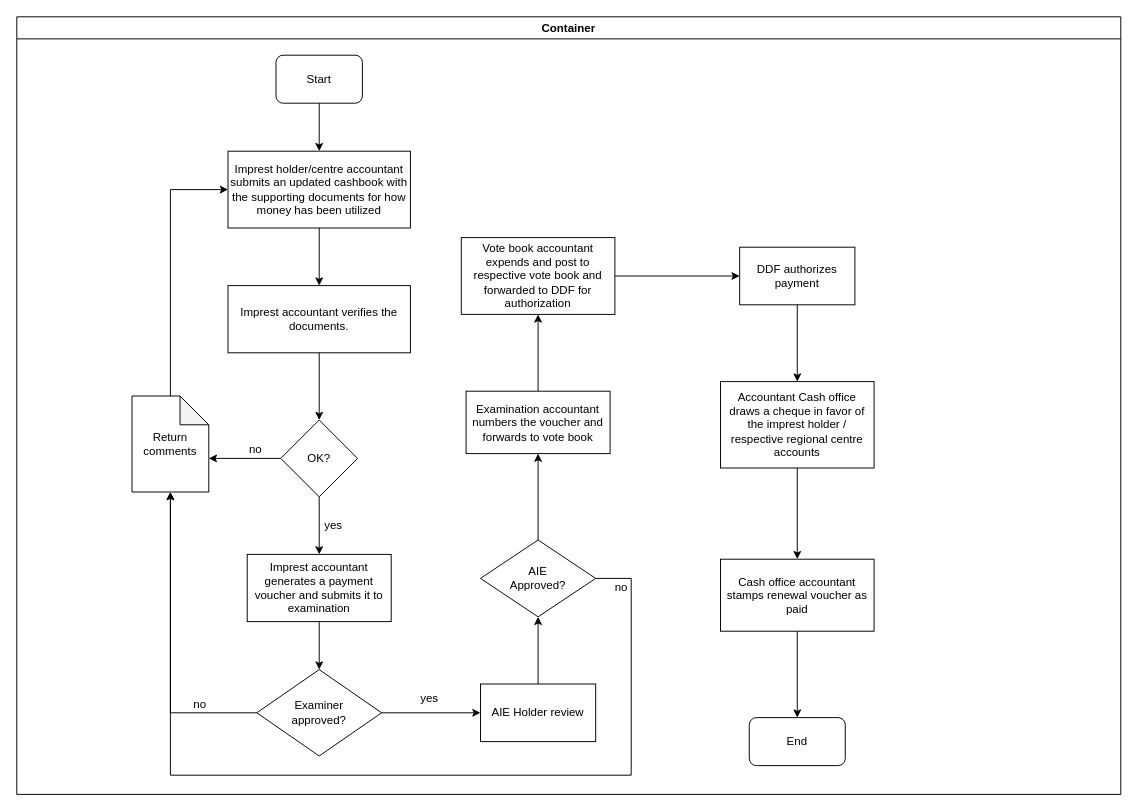
kmagua/flowcharts keeps this draw.io diagram as KEFRI-FIN-IMPREST RENEWAL.drawio. Above is the earlier version. Source tidied: cells renumbered, new cells numbered last; positions are measured from the earlier drawing's top-left corner, leaving out a move shared by most shapes. Both pictures are drawn from the tidied source at 96%, with x=0, y=0 at pixel (16, 16).
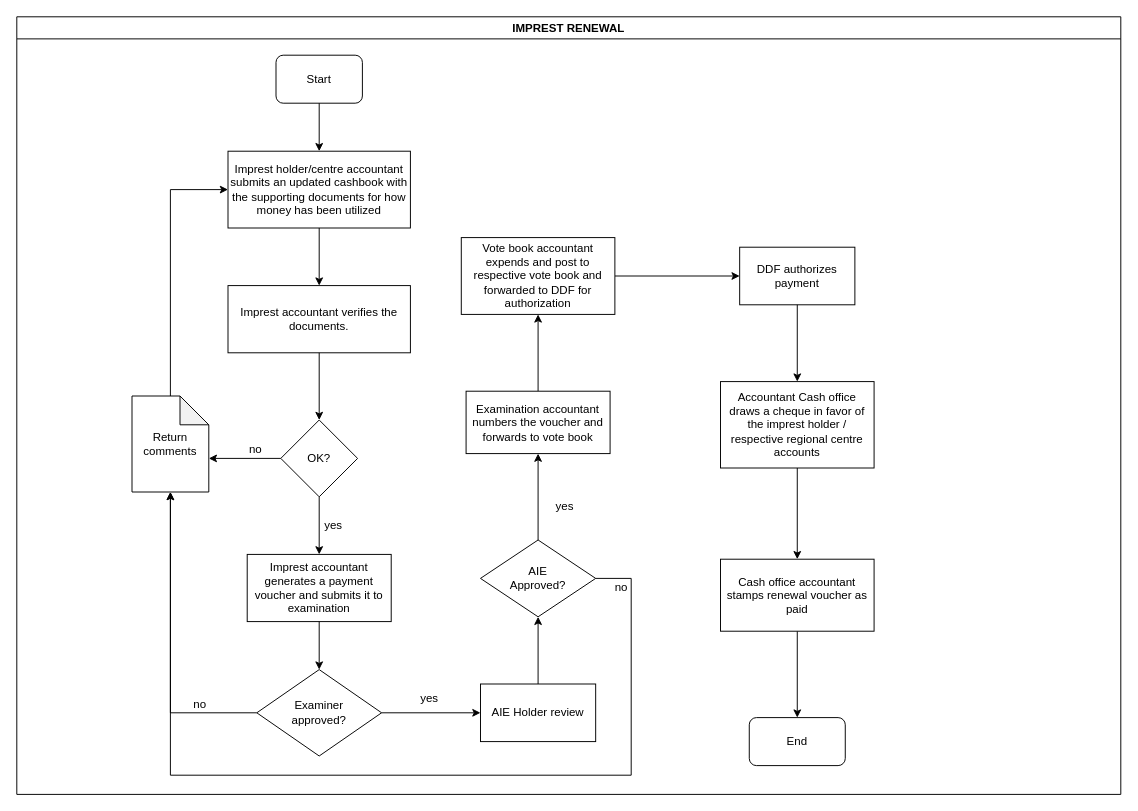
After the change.

What changed in the source:
```diff
@@
-    <mxCell id="2" value="Container" style="swimlane;startSize=23;" parent="1" vertex="1">
+    <mxCell id="2" value="IMPREST RENEWAL" style="swimlane;startSize=23;" parent="1" vertex="1">
       <mxGeometry width="1150" height="810" as="geometry" />
     </mxCell>
@@
+    <mxCell id="40" value="yes" style="text;html=1;strokeColor=none;fillColor=none;align=center;verticalAlign=middle;whiteSpace=wrap;rounded=0;" parent="1" vertex="1">
+      <mxGeometry x="551" y="500" width="40" height="20" as="geometry" />
+    </mxCell>
```
